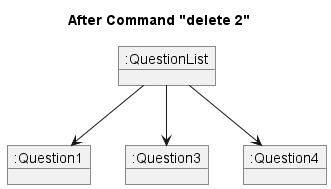
Before: docs/UML/Commands/commandDeleteQuestion.png, a diagram exported from PlantUML (nus-cs2113-AY2324S1/tp).
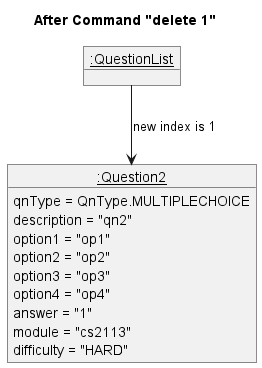
The same file after the commit.

Change to the diagram source:
```diff
@@ -1,15 +1,19 @@
 @startuml
-title After Command "delete 2"
+title After Command "delete 1"
 
-object ":QuestionList" as QuestionList
+object "__:QuestionList__" as QuestionList
 
-object ":Question1" as Question1
+object "__:Question2__" as Question2 {
+    qnType = QnType.MULTIPLECHOICE
+    description = "qn2"
+    option1 = "op1"
+    option2 = "op2"
+    option3 = "op3"
+    option4 = "op4"
+    answer = "1"
+    module = "cs2113"
+    difficulty = "HARD"
+}
 
-object ":Question3" as Question3
-
-object ":Question4" as Question4
-
-QuestionList -->  Question1
-QuestionList --> Question3
-QuestionList --> Question4
+QuestionList --> Question2 : new index is 1
 @enduml
```
